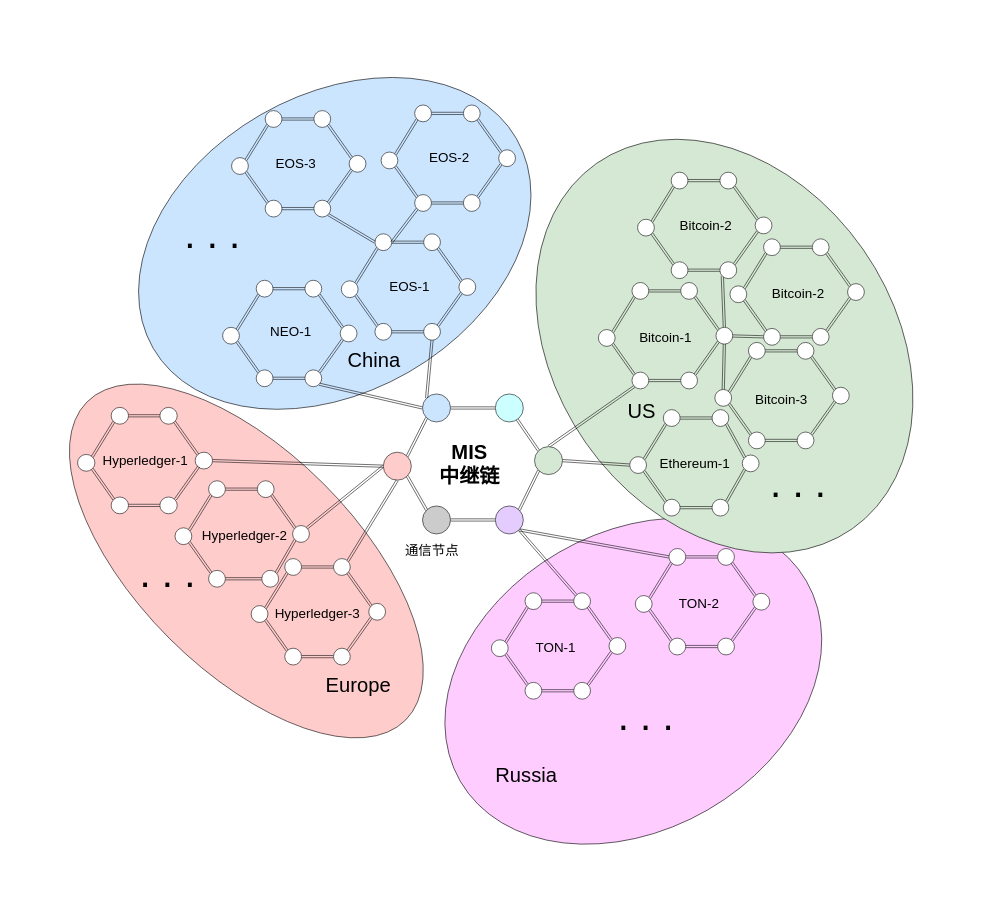
Before: relay_chain.drawio in cynic-1/Graphs, a draw.io diagram. Source tidied: cells renumbered, new cells numbered last; positions are measured from the earlier drawing's top-left corner, leaving out a move shared by most shapes. Both pictures are drawn from the tidied source at 56%, with x=0, y=0 at pixel (21, 95).
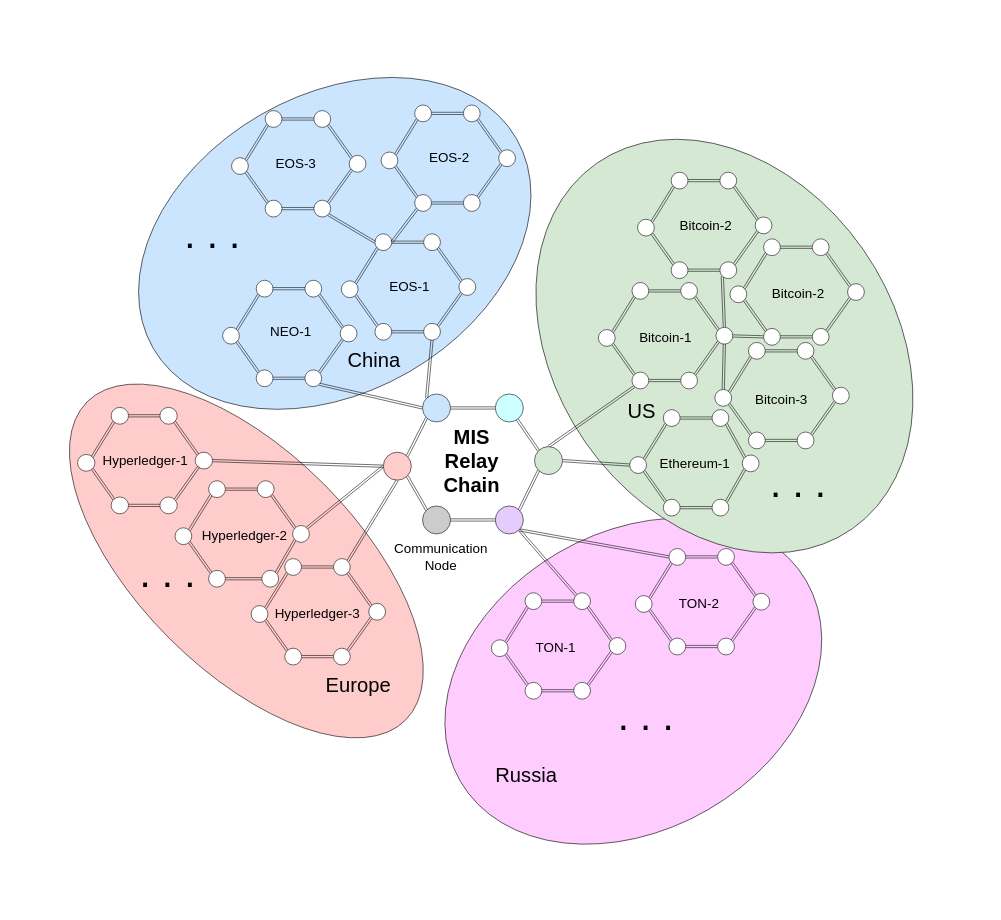
The same diagram, later.

Diff of the diagram source:
```diff
@@
-    <mxCell id="31" value="&lt;font style=&quot;&quot;&gt;&lt;b style=&quot;&quot;&gt;&lt;font style=&quot;font-size: 36px;&quot;&gt;MIS&lt;br&gt;中继链&lt;/font&gt;&lt;/b&gt;&lt;br&gt;&lt;/font&gt;" style="text;strokeColor=none;align=center;fillColor=none;html=1;verticalAlign=middle;whiteSpace=wrap;rounded=0;" parent="1" vertex="1">
-      <mxGeometry x="736.4" y="644" width="130" height="30" as="geometry" />
+    <mxCell id="31" value="&lt;font style=&quot;&quot;&gt;&lt;b style=&quot;&quot;&gt;&lt;font style=&quot;font-size: 36px;&quot;&gt;MIS&lt;br&gt;Relay Chain&lt;/font&gt;&lt;/b&gt;&lt;br&gt;&lt;/font&gt;" style="text;strokeColor=none;align=center;fillColor=none;html=1;verticalAlign=middle;whiteSpace=wrap;rounded=0;" parent="1" vertex="1">
+      <mxGeometry x="740" y="638" width="130" height="30" as="geometry" />
     </mxCell>
@@
-    <mxCell id="39" value="&lt;font style=&quot;font-size: 24px;&quot;&gt;通信节点&lt;/font&gt;" style="text;strokeColor=none;align=center;fillColor=none;html=1;verticalAlign=middle;whiteSpace=wrap;rounded=0;" parent="1" vertex="1">
-      <mxGeometry x="664" y="799" width="140" height="30" as="geometry" />
+    <mxCell id="39" value="&lt;font style=&quot;font-size: 24px;&quot;&gt;Communication&lt;br&gt;Node&lt;br&gt;&lt;/font&gt;" style="text;strokeColor=none;align=center;fillColor=none;html=1;verticalAlign=middle;whiteSpace=wrap;rounded=0;" parent="1" vertex="1">
+      <mxGeometry x="680" y="810" width="140" height="30" as="geometry" />
     </mxCell>
```
